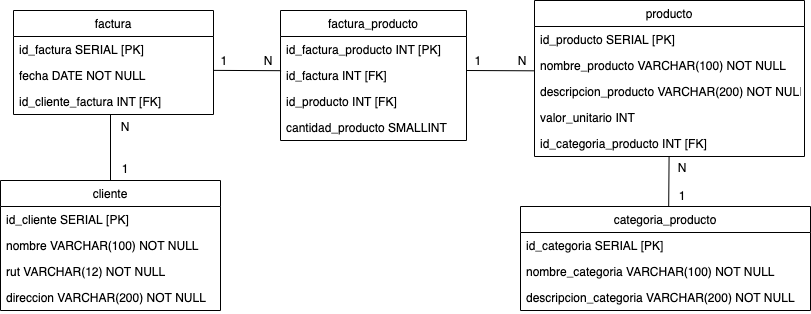
Earlier version of the draw.io export modelo_logico_prueba.png (fvargasserani/prueba_bases_de_datos). Source tidied: cells renumbered, new cells last; positions are measured from the earlier drawing's top-left corner, leaving out a move shared by most shapes.
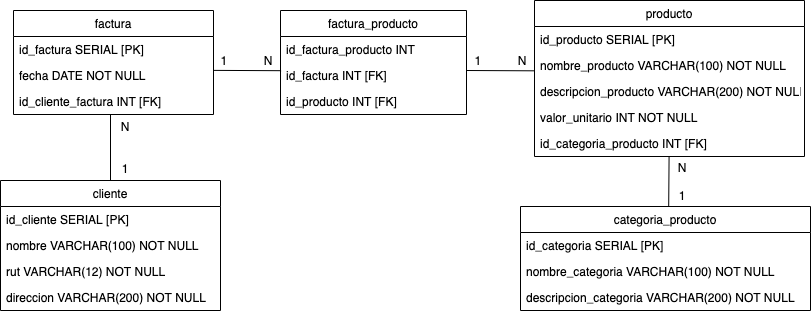
After the commit.

Diff of the diagram source:
```diff
@@ -26,7 +26,7 @@
     <mxCell id="9" value="descripcion_producto VARCHAR(200) NOT NULL" style="text;strokeColor=none;fillColor=none;align=left;verticalAlign=top;spacingLeft=4;spacingRight=4;overflow=hidden;" parent="6" vertex="1">
       <mxGeometry y="78" width="270" height="26" as="geometry" />
     </mxCell>
-    <mxCell id="10" value="valor_unitario INT" style="text;strokeColor=none;fillColor=none;align=left;verticalAlign=top;spacingLeft=4;spacingRight=4;overflow=hidden;" parent="6" vertex="1">
+    <mxCell id="10" value="valor_unitario INT NOT NULL" style="text;strokeColor=none;fillColor=none;align=left;verticalAlign=top;spacingLeft=4;spacingRight=4;overflow=hidden;" parent="6" vertex="1">
       <mxGeometry y="104" width="270" height="26" as="geometry" />
     </mxCell>
     <mxCell id="11" value="id_categoria_producto INT [FK]" style="text;strokeColor=none;fillColor=none;align=left;verticalAlign=top;spacingLeft=4;spacingRight=4;overflow=hidden;" parent="6" vertex="1">
@@ -60,9 +60,9 @@
       <mxGeometry y="104" width="220" height="26" as="geometry" />
     </mxCell>
     <mxCell id="21" value="factura_producto" style="swimlane;fontStyle=0;horizontal=1;startSize=26;fillColor=none;" parent="1" vertex="1">
-      <mxGeometry x="280" y="10" width="186" height="130" as="geometry" />
+      <mxGeometry x="280" y="10" width="186" height="104" as="geometry" />
     </mxCell>
-    <mxCell id="22" value="id_factura_producto INT [PK]" style="text;strokeColor=none;fillColor=none;align=left;verticalAlign=top;spacingLeft=4;spacingRight=4;overflow=hidden;" parent="21" vertex="1">
+    <mxCell id="22" value="id_factura_producto INT" style="text;strokeColor=none;fillColor=none;align=left;verticalAlign=top;spacingLeft=4;spacingRight=4;overflow=hidden;" parent="21" vertex="1">
       <mxGeometry y="26" width="186" height="26" as="geometry" />
     </mxCell>
     <mxCell id="23" value="id_factura INT [FK]" style="text;strokeColor=none;fillColor=none;align=left;verticalAlign=top;spacingLeft=4;spacingRight=4;overflow=hidden;points=[[0,0.5],[1,0.5]];portConstraint=eastwest;" parent="21" vertex="1">
@@ -71,9 +71,6 @@
     <mxCell id="24" value="id_producto INT [FK]" style="text;strokeColor=none;fillColor=none;align=left;verticalAlign=top;spacingLeft=4;spacingRight=4;overflow=hidden;" parent="21" vertex="1">
       <mxGeometry y="78" width="186" height="26" as="geometry" />
     </mxCell>
-    <mxCell id="25" value="cantidad_producto SMALLINT " style="text;strokeColor=none;fillColor=none;align=left;verticalAlign=top;spacingLeft=4;spacingRight=4;overflow=hidden;" parent="21" vertex="1">
-      <mxGeometry y="104" width="186" height="26" as="geometry" />
-    </mxCell>
     <mxCell id="26" style="endArrow=none;html=1;exitX=1;exitY=0.303;exitDx=0;exitDy=0;exitPerimeter=0;entryX=0.003;entryY=0.315;entryDx=0;entryDy=0;entryPerimeter=0;" parent="1" edge="1" source="4" target="23">
       <mxGeometry relative="1" as="geometry" />
     </mxCell>
```
